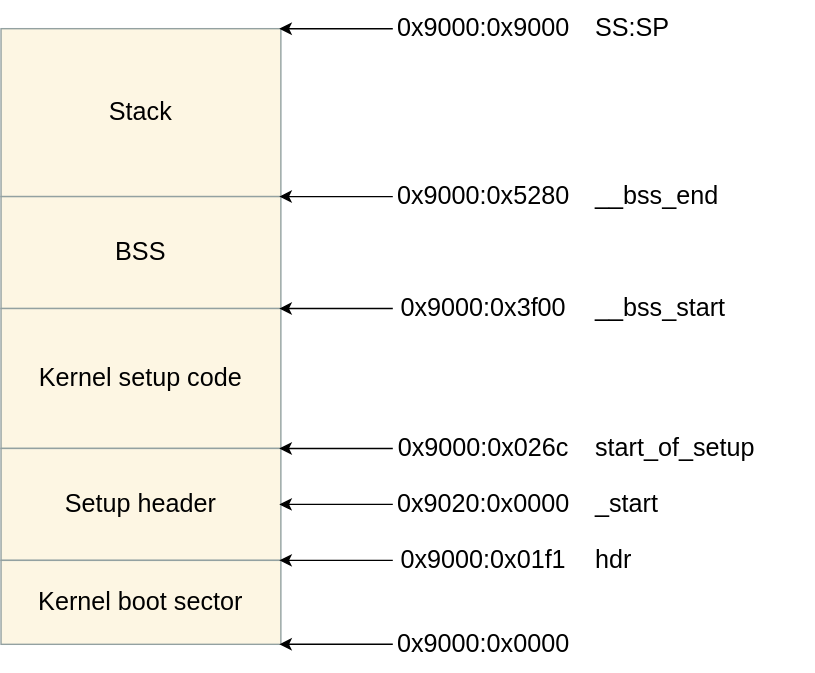
Above: Booting/images/early-bss.svg in 0xAX/linux-insides (draw.io), before the change. Source tidied: cells renumbered, new cells last; positions are measured from the earlier drawing's top-left corner, leaving out a move shared by most shapes.
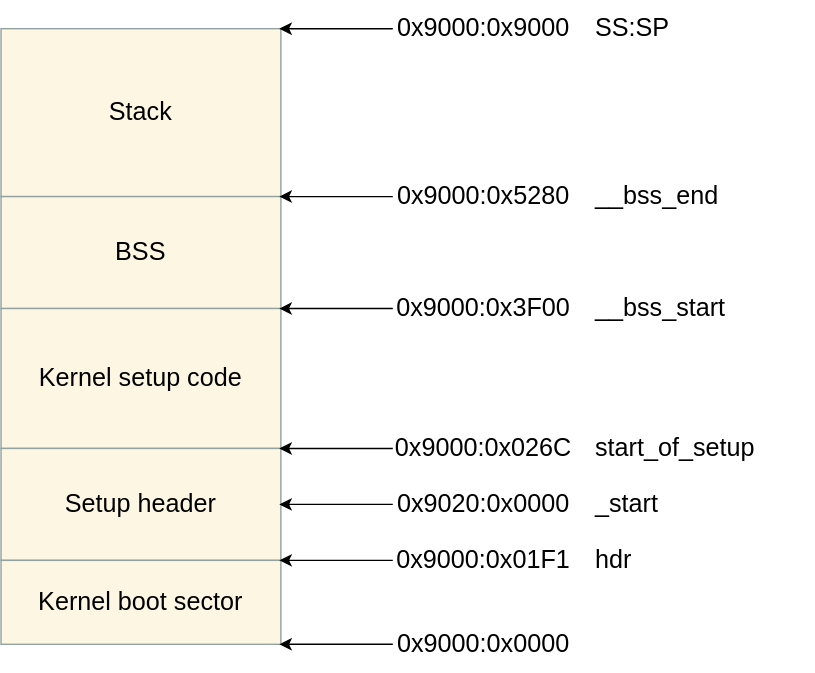
Above is the later version.

Change to the diagram source:
```diff
@@ -47,7 +47,7 @@
         <mxPoint x="200" y="215" as="targetPoint" />
       </mxGeometry>
     </mxCell>
-    <mxCell id="14" value="0x9000:0x3f00" style="text;html=1;align=center;verticalAlign=middle;whiteSpace=wrap;rounded=0;fontSize=18;fontFamily=Helvetica;fontColor=#000000;" parent="1" vertex="1">
+    <mxCell id="14" value="0x9000:0x3F00" style="text;html=1;align=center;verticalAlign=middle;whiteSpace=wrap;rounded=0;fontSize=18;fontFamily=Helvetica;fontColor=#000000;" parent="1" vertex="1">
       <mxGeometry x="280" y="200" width="130" height="30" as="geometry" />
     </mxCell>
     <mxCell id="15" value="__bss_start" style="text;html=1;align=left;verticalAlign=middle;whiteSpace=nowrap;rounded=0;fontSize=18;fontFamily=Helvetica;fontColor=#000000;" parent="1" vertex="1">
@@ -59,7 +59,7 @@
         <mxPoint x="200" y="315" as="targetPoint" />
       </mxGeometry>
     </mxCell>
-    <mxCell id="17" value="0x9000:0x026c" style="text;html=1;align=center;verticalAlign=middle;whiteSpace=wrap;rounded=0;fontSize=18;fontFamily=Helvetica;fontColor=#000000;" parent="1" vertex="1">
+    <mxCell id="17" value="0x9000:0x026C" style="text;html=1;align=center;verticalAlign=middle;whiteSpace=wrap;rounded=0;fontSize=18;fontFamily=Helvetica;fontColor=#000000;" parent="1" vertex="1">
       <mxGeometry x="280" y="300" width="130" height="30" as="geometry" />
     </mxCell>
     <mxCell id="18" value="start_of_setup" style="text;html=1;align=left;verticalAlign=middle;whiteSpace=nowrap;rounded=0;fontSize=18;fontFamily=Helvetica;fontColor=#000000;" parent="1" vertex="1">
@@ -83,7 +83,7 @@
         <mxPoint x="200" y="395" as="targetPoint" />
       </mxGeometry>
     </mxCell>
-    <mxCell id="23" value="0x9000:0x01f1" style="text;html=1;align=center;verticalAlign=middle;whiteSpace=wrap;rounded=0;fontSize=18;fontFamily=Helvetica;fontColor=#000000;" parent="1" vertex="1">
+    <mxCell id="23" value="0x9000:0x01F1" style="text;html=1;align=center;verticalAlign=middle;whiteSpace=wrap;rounded=0;fontSize=18;fontFamily=Helvetica;fontColor=#000000;" parent="1" vertex="1">
       <mxGeometry x="280" y="380" width="130" height="30" as="geometry" />
     </mxCell>
     <mxCell id="24" value="hdr" style="text;html=1;align=left;verticalAlign=middle;whiteSpace=nowrap;rounded=0;fontSize=18;fontFamily=Helvetica;fontColor=#000000;" parent="1" vertex="1">
```
